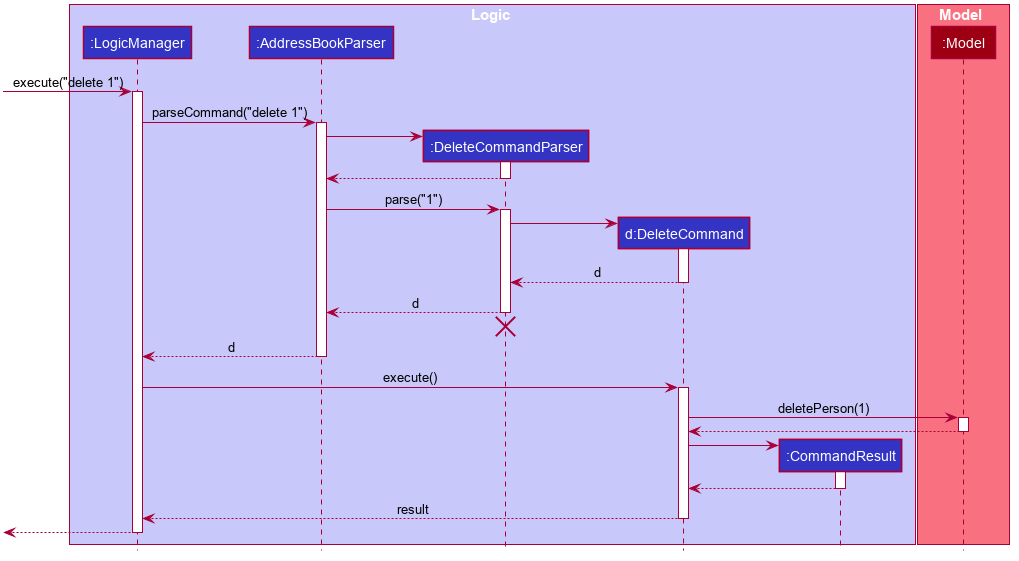
This is docs/images/DeleteSequenceDiagram.png from nus-cs2103-AY1920S1/addressbook-level3, a PlantUML export, as it was before one commit.
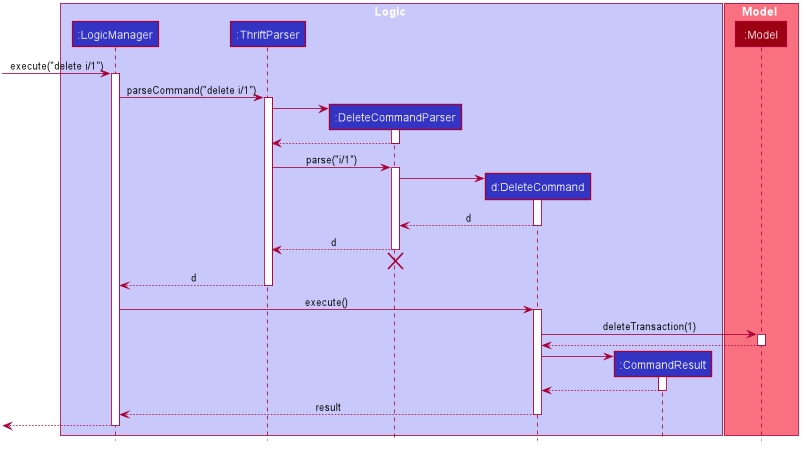
The same diagram one commit later.

Diff of the diagram source:
```diff
@@ -50,7 +50,7 @@
 
 box Logic #C8C8FA
 participant ":LogicManager" as LogicManager #3333C4
-participant ":AddressBookParser" as AddressBookParser #3333C4
+participant ":ThriftParser" as ThriftParser #3333C4
 participant ":DeleteCommandParser" as DeleteCommandParser #3333C4
 participant "d:DeleteCommand" as DeleteCommand #3333C4
 participant ":CommandResult" as CommandResult #3333C4
@@ -60,20 +60,20 @@
 participant ":Model" as Model #9D0012
 end box
 
-[-> LogicManager : execute("delete 1")
+[-> LogicManager : execute("delete i/1")
 activate LogicManager
 
-LogicManager -> AddressBookParser : parseCommand("delete 1")
-activate AddressBookParser
+LogicManager -> ThriftParser : parseCommand("delete i/1")
+activate ThriftParser
 
 create DeleteCommandParser
-AddressBookParser -> DeleteCommandParser
+ThriftParser -> DeleteCommandParser
 activate DeleteCommandParser
 
-DeleteCommandParser --> AddressBookParser
+DeleteCommandParser --> ThriftParser
 deactivate DeleteCommandParser
 
-AddressBookParser -> DeleteCommandParser : parse("1")
+ThriftParser -> DeleteCommandParser : parse("i/1")
 activate DeleteCommandParser
 
 create DeleteCommand
@@ -83,18 +83,18 @@
 DeleteCommand --> DeleteCommandParser : d
 deactivate DeleteCommand
 
-DeleteCommandParser --> AddressBookParser : d
+DeleteCommandParser --> ThriftParser : d
 deactivate DeleteCommandParser
-DeleteCommandParser -[hidden]-> AddressBookParser
+DeleteCommandParser -[hidden]-> ThriftParser
 destroy DeleteCommandParser
 
-AddressBookParser --> LogicManager : d
-deactivate AddressBookParser
+ThriftParser --> LogicManager : d
+deactivate ThriftParser
 
 LogicManager -> DeleteCommand : execute()
 activate DeleteCommand
 
-DeleteCommand -> Model : deletePerson(1)
+DeleteCommand -> Model : deleteTransaction(1)
 activate Model
 
 Model --> DeleteCommand
```
